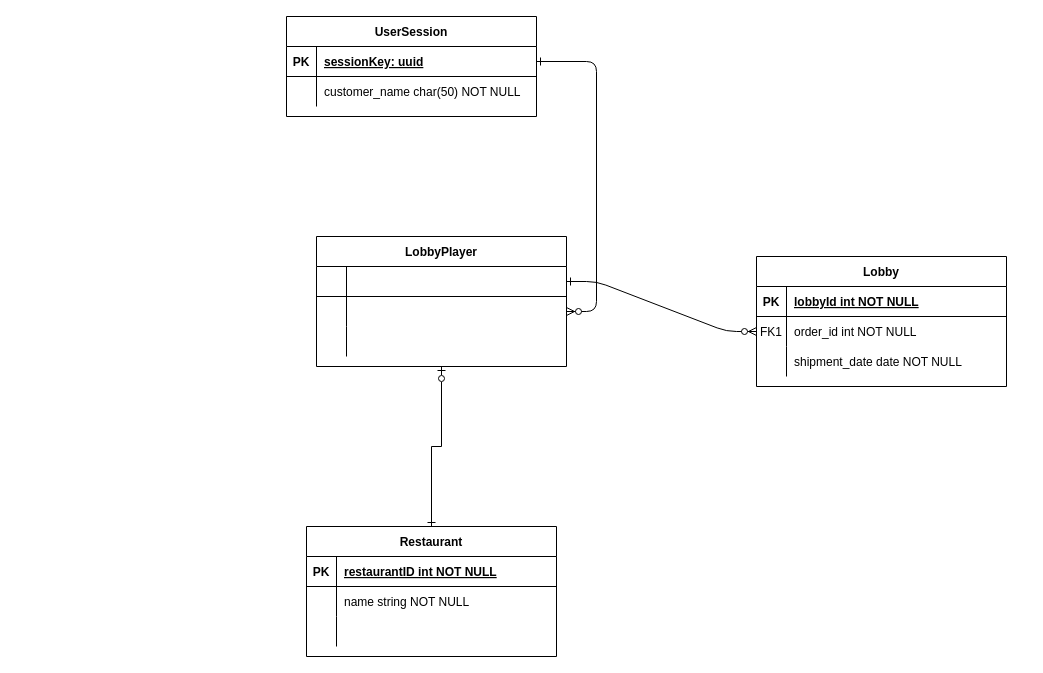
This is docs/database_ERD.drawio from luboise/open-magnate, a draw.io file, before an edit. Source tidied: cells renumbered, new cells numbered last; positions are measured from the earlier drawing's top-left corner, leaving out a move shared by most shapes. Both pictures are drawn from the tidied source at 100%, with x=0, y=0 at pixel (286, 16).
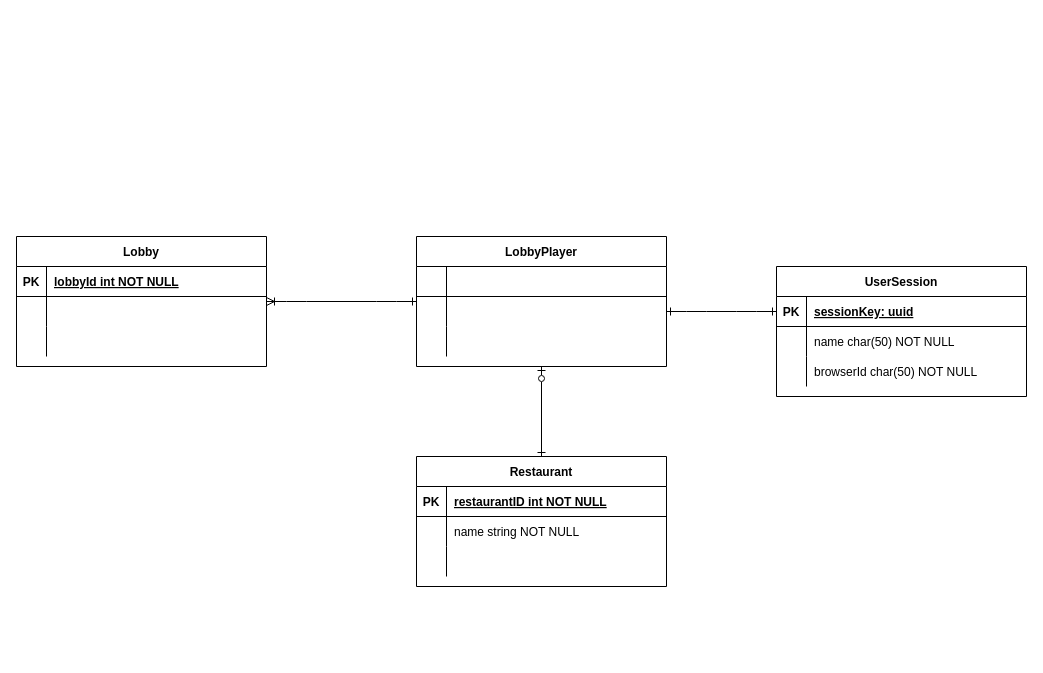
After the change.

Commit message (it also covers changes not shown here):
Add ERD and restaurant migrations

The change refers to these unchanged cells:
```xml
<mxCell id="5" style="shape=partialRectangle;fillColor=none;points=[[0,0.5],[1,0.5]];portConstraint=eastwest;top=0;left=0;right=0;bottom=1;" parent="4" vertex="1">
  <mxGeometry y="30" width="250" height="30" as="geometry" />
</mxCell>
<mxCell id="8" style="shape=partialRectangle;fillColor=none;points=[[0,0.5],[1,0.5]];portConstraint=eastwest;top=0;left=0;right=0;bottom=0;" parent="4" vertex="1">
  <mxGeometry y="60" width="250" height="30" as="geometry" />
</mxCell>
<mxCell id="18" style="shape=partialRectangle;fillColor=none;points=[[0,0.5],[1,0.5]];portConstraint=eastwest;top=0;left=0;right=0;bottom=0;" parent="14" vertex="1">
  <mxGeometry y="60" width="250" height="30" as="geometry" />
</mxCell>
<mxCell id="21" style="shape=partialRectangle;fillColor=none;top=0;left=0;right=0;bottom=0;" parent="14" vertex="1">
  <mxGeometry y="90" width="250" height="30" as="geometry" />
</mxCell>
<mxCell id="25" style="shape=partialRectangle;fillColor=none;points=[[0,0.5],[1,0.5]];portConstraint=eastwest;top=0;left=0;right=0;bottom=1;" parent="24" vertex="1">
  <mxGeometry y="30" width="250" height="30" as="geometry" />
</mxCell>
<mxCell id="28" style="shape=partialRectangle;fillColor=none;top=0;left=0;right=0;bottom=0;" parent="24" vertex="1">
  <mxGeometry y="60" width="250" height="30" as="geometry" />
</mxCell>
```

Diff of the diagram source:
```diff
@@
-    <mxCell id="2" style="edgeStyle=entityRelationEdgeStyle;endArrow=ERzeroToMany;startArrow=ERone;endFill=1;startFill=0;" parent="1" edge="1" source="25" target="8">
+    <mxCell id="2" style="edgeStyle=entityRelationEdgeStyle;endArrow=ERone;startArrow=ERone;endFill=0;startFill=0;" parent="1" edge="1" source="25" target="8">
       <mxGeometry relative="1" as="geometry" />
     </mxCell>
-    <mxCell id="3" style="edgeStyle=entityRelationEdgeStyle;endArrow=ERzeroToMany;startArrow=ERone;endFill=1;startFill=0;" parent="1" edge="1" source="5" target="18">
+    <mxCell id="3" style="edgeStyle=entityRelationEdgeStyle;endArrow=ERoneToMany;startArrow=ERone;endFill=0;startFill=0;" parent="1" edge="1" source="4" target="14">
       <mxGeometry relative="1" as="geometry" />
     </mxCell>
     <mxCell id="4" value="LobbyPlayer" style="shape=table;startSize=30;childLayout=tableLayout;rowLines=0;fontStyle=1;align=center;" parent="1" vertex="1">
-      <mxGeometry x="30" y="220" width="250" height="130" as="geometry" />
+      <mxGeometry x="130" y="220" width="250" height="130" as="geometry" />
     </mxCell>
@@
     <mxCell id="14" value="Lobby" style="shape=table;startSize=30;childLayout=tableLayout;rowLines=0;fontStyle=1;align=center;" parent="1" vertex="1">
-      <mxGeometry x="470" y="240" width="250" height="130" as="geometry" />
+      <mxGeometry x="-270" y="220" width="250" height="130" as="geometry" />
     </mxCell>
@@
-    <mxCell id="19" value="FK1" style="shape=partialRectangle;overflow=hidden;fillColor=none;top=0;left=0;bottom=0;right=0;" parent="18" vertex="1">
+    <mxCell id="19" style="shape=partialRectangle;overflow=hidden;fillColor=none;top=0;left=0;bottom=0;right=0;" parent="18" vertex="1">
       <mxGeometry width="30" height="30" as="geometry" />
     </mxCell>
-    <mxCell id="20" value="order_id int NOT NULL" style="shape=partialRectangle;overflow=hidden;fillColor=none;top=0;left=0;bottom=0;right=0;align=left;spacingLeft=6;" parent="18" vertex="1">
+    <mxCell id="20" style="shape=partialRectangle;overflow=hidden;fillColor=none;top=0;left=0;bottom=0;right=0;align=left;spacingLeft=6;" parent="18" vertex="1">
       <mxGeometry x="30" width="220" height="30" as="geometry" />
     </mxCell>
@@
-    <mxCell id="23" value="shipment_date date NOT NULL" style="shape=partialRectangle;overflow=hidden;fillColor=none;top=0;left=0;bottom=0;right=0;align=left;spacingLeft=6;" parent="21" vertex="1">
+    <mxCell id="23" style="shape=partialRectangle;overflow=hidden;fillColor=none;top=0;left=0;bottom=0;right=0;align=left;spacingLeft=6;" parent="21" vertex="1">
       <mxGeometry x="30" width="220" height="30" as="geometry" />
     </mxCell>
     <mxCell id="24" value="UserSession" style="shape=table;startSize=30;childLayout=tableLayout;rowLines=0;fontStyle=1;align=center;" parent="1" vertex="1">
-      <mxGeometry width="250" height="100" as="geometry" />
+      <mxGeometry x="490" y="250" width="250" height="130" as="geometry" />
     </mxCell>
@@
-    <mxCell id="30" value="customer_name char(50) NOT NULL" style="shape=partialRectangle;overflow=hidden;fillColor=none;top=0;left=0;bottom=0;right=0;align=left;spacingLeft=6;" parent="28" vertex="1">
+    <mxCell id="30" value="name char(50) NOT NULL" style="shape=partialRectangle;overflow=hidden;fillColor=none;top=0;left=0;bottom=0;right=0;align=left;spacingLeft=6;" parent="28" vertex="1">
       <mxGeometry x="30" width="220" height="30" as="geometry" />
     </mxCell>
+    <mxCell id="42" style="shape=partialRectangle;fillColor=none;top=0;left=0;right=0;bottom=0;" parent="24" vertex="1">
+      <mxGeometry y="90" width="250" height="30" as="geometry" />
+    </mxCell>
+    <mxCell id="43" style="shape=partialRectangle;overflow=hidden;fillColor=none;top=0;left=0;bottom=0;right=0;" parent="42" vertex="1">
+      <mxGeometry width="30" height="30" as="geometry" />
+    </mxCell>
+    <mxCell id="44" value="browserId char(50) NOT NULL" style="shape=partialRectangle;overflow=hidden;fillColor=none;top=0;left=0;bottom=0;right=0;align=left;spacingLeft=6;" parent="42" vertex="1">
+      <mxGeometry x="30" width="220" height="30" as="geometry" />
+    </mxCell>
@@
     <mxCell id="32" value="Restaurant" style="shape=table;startSize=30;childLayout=tableLayout;rowLines=0;fontStyle=1;align=center;" parent="1" vertex="1">
-      <mxGeometry x="20" y="510" width="250" height="130" as="geometry" />
+      <mxGeometry x="130" y="440" width="250" height="130" as="geometry" />
     </mxCell>
```
